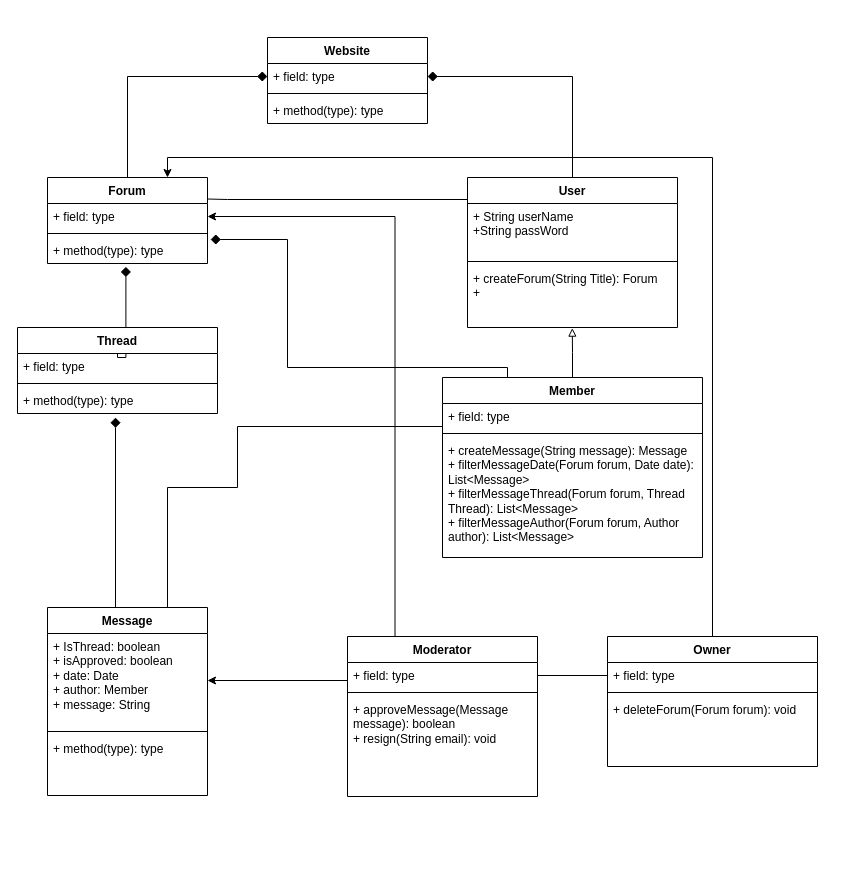
This is UML Forum Assignment.drawio from AlexSWoo/UML, a draw.io file, before an edit. Source tidied: cells renumbered, new cells numbered last; positions are measured from the earlier drawing's top-left corner, leaving out a move shared by most shapes. Both pictures are drawn from the tidied source at 100%, with x=0, y=0 at pixel (17, 37).
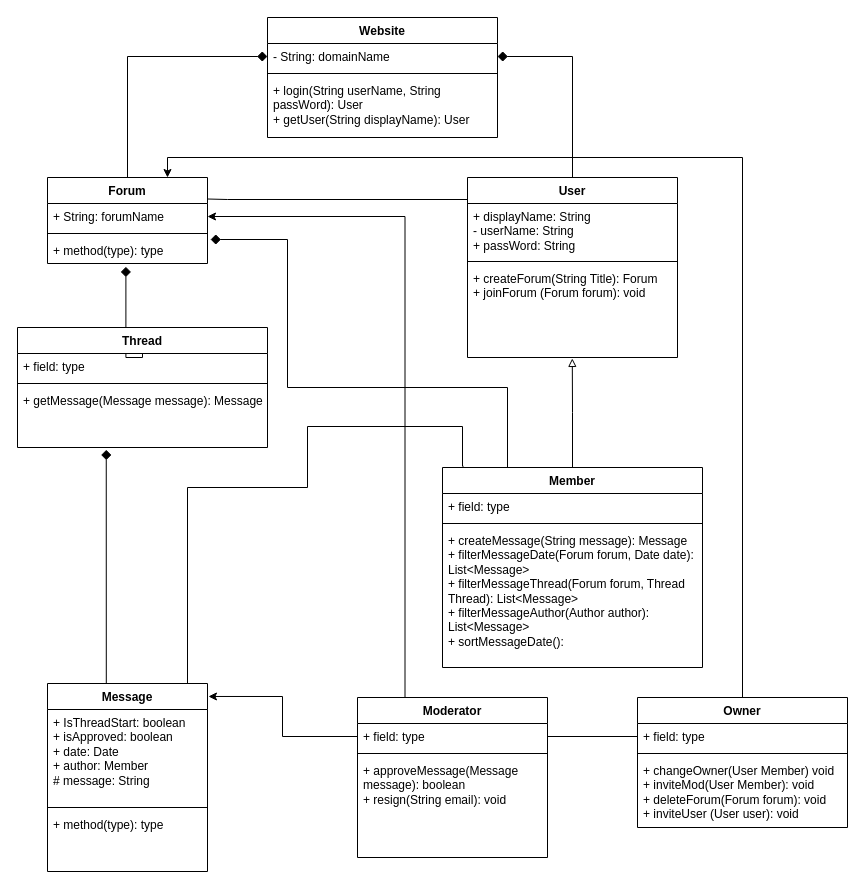
The same page after the edit.

Unchanged cells that the change refers to:
```xml
<mxCell id="14" value="+ field: type" style="text;strokeColor=none;fillColor=none;align=left;verticalAlign=top;spacingLeft=4;spacingRight=4;overflow=hidden;points=[[0,0.5],[1,0.5]];portConstraint=eastwest;whiteSpace=wrap;html=1;" parent="13" vertex="1">
  <mxGeometry y="26" width="260" height="26" as="geometry" />
</mxCell>
<mxCell id="24" value="+ field: type" style="text;strokeColor=none;fillColor=none;align=left;verticalAlign=top;spacingLeft=4;spacingRight=4;overflow=hidden;points=[[0,0.5],[1,0.5]];portConstraint=eastwest;whiteSpace=wrap;html=1;" parent="23" vertex="1">
  <mxGeometry y="26" width="190" height="26" as="geometry" />
</mxCell>
<mxCell id="28" value="Forum" style="swimlane;fontStyle=1;align=center;verticalAlign=top;horizontal=1;startSize=26;whiteSpace=wrap;html=1;" parent="1" vertex="1">
  <mxGeometry x="30" y="140" width="160" height="86" as="geometry" />
</mxCell>
<mxCell id="31" value="+ method(type): type" style="text;strokeColor=none;fillColor=none;align=left;verticalAlign=top;spacingLeft=4;spacingRight=4;overflow=hidden;points=[[0,0.5],[1,0.5]];portConstraint=eastwest;whiteSpace=wrap;html=1;" parent="28" vertex="1">
  <mxGeometry y="60" width="160" height="26" as="geometry" />
</mxCell>
```

What changed in the source:
```diff
@@
     <mxCell id="2" value="Website" style="swimlane;fontStyle=1;align=center;verticalAlign=top;horizontal=1;startSize=26;whiteSpace=wrap;html=1;" parent="1" vertex="1">
-      <mxGeometry x="250" width="160" height="86" as="geometry" />
+      <mxGeometry x="250" y="-20" width="230" height="120" as="geometry" />
     </mxCell>
-    <mxCell id="3" value="+ field: type" style="text;strokeColor=none;fillColor=none;align=left;verticalAlign=top;spacingLeft=4;spacingRight=4;overflow=hidden;points=[[0,0.5],[1,0.5]];portConstraint=eastwest;whiteSpace=wrap;html=1;" parent="2" vertex="1">
-      <mxGeometry y="26" width="160" height="26" as="geometry" />
+    <mxCell id="3" value="- String: domainName" style="text;strokeColor=none;fillColor=none;align=left;verticalAlign=top;spacingLeft=4;spacingRight=4;overflow=hidden;points=[[0,0.5],[1,0.5]];portConstraint=eastwest;whiteSpace=wrap;html=1;" parent="2" vertex="1">
+      <mxGeometry y="26" width="230" height="26" as="geometry" />
     </mxCell>
     <mxCell id="4" style="line;strokeWidth=1;fillColor=none;align=left;verticalAlign=middle;spacingTop=-1;spacingLeft=3;spacingRight=3;labelPosition=right;strokeColor=inherit;" parent="2" vertex="1">
-      <mxGeometry y="52" width="160" height="8" as="geometry" />
+      <mxGeometry y="52" width="230" height="8" as="geometry" />
     </mxCell>
-    <mxCell id="5" value="+ method(type): type" style="text;strokeColor=none;fillColor=none;align=left;verticalAlign=top;spacingLeft=4;spacingRight=4;overflow=hidden;whiteSpace=wrap;html=1;" parent="2" vertex="1">
-      <mxGeometry y="60" width="160" height="26" as="geometry" />
+    <mxCell id="5" value="+ login(String userName, String passWord): User&lt;br&gt;+ getUser(String displayName): User" style="text;strokeColor=none;fillColor=none;align=left;verticalAlign=top;spacingLeft=4;spacingRight=4;overflow=hidden;whiteSpace=wrap;html=1;" parent="2" vertex="1">
+      <mxGeometry y="60" width="230" height="60" as="geometry" />
     </mxCell>
@@
     <mxCell id="8" value="User" style="swimlane;fontStyle=1;align=center;verticalAlign=top;horizontal=1;startSize=26;whiteSpace=wrap;html=1;" parent="1" vertex="1">
-      <mxGeometry x="450" y="140" width="210" height="150" as="geometry" />
+      <mxGeometry x="450" y="140" width="210" height="180" as="geometry" />
     </mxCell>
-    <mxCell id="9" value="+ String userName&lt;br&gt;+String passWord" style="text;strokeColor=none;fillColor=none;align=left;verticalAlign=top;spacingLeft=4;spacingRight=4;overflow=hidden;whiteSpace=wrap;html=1;" parent="8" vertex="1">
+    <mxCell id="9" value="+ displayName: String&lt;br&gt;- userName: String&lt;br&gt;+ passWord: String" style="text;strokeColor=none;fillColor=none;align=left;verticalAlign=top;spacingLeft=4;spacingRight=4;overflow=hidden;whiteSpace=wrap;html=1;" parent="8" vertex="1">
       <mxGeometry y="26" width="210" height="54" as="geometry" />
     </mxCell>
@@
-    <mxCell id="11" value="+ createForum(String Title): Forum&lt;br&gt;+" style="text;strokeColor=none;fillColor=none;align=left;verticalAlign=top;spacingLeft=4;spacingRight=4;overflow=hidden;points=[[0,0.5],[1,0.5]];portConstraint=eastwest;whiteSpace=wrap;html=1;" parent="8" vertex="1">
-      <mxGeometry y="88" width="210" height="62" as="geometry" />
+    <mxCell id="11" value="+ createForum(String Title): Forum&lt;br&gt;+ joinForum (Forum forum): void&lt;br&gt;" style="text;strokeColor=none;fillColor=none;align=left;verticalAlign=top;spacingLeft=4;spacingRight=4;overflow=hidden;points=[[0,0.5],[1,0.5]];portConstraint=eastwest;whiteSpace=wrap;html=1;" parent="8" vertex="1">
+      <mxGeometry y="88" width="210" height="92" as="geometry" />
     </mxCell>
@@
     <mxCell id="13" value="Member&lt;br&gt;" style="swimlane;fontStyle=1;align=center;verticalAlign=top;horizontal=1;startSize=26;whiteSpace=wrap;html=1;" parent="1" vertex="1">
-      <mxGeometry x="425" y="340" width="260" height="180" as="geometry" />
+      <mxGeometry x="425" y="430" width="260" height="200" as="geometry" />
     </mxCell>
@@
-    <mxCell id="16" value="+ createMessage(String message): Message&lt;br&gt;+ filterMessageDate(Forum forum, Date date): List&amp;lt;Message&amp;gt;&amp;nbsp;&lt;br&gt;+ filterMessageThread(Forum forum, Thread Thread): List&amp;lt;Message&amp;gt;&lt;br&gt;+ filterMessageAuthor(Forum forum, Author author): List&amp;lt;Message&amp;gt;&lt;br&gt;" style="text;strokeColor=none;fillColor=none;align=left;verticalAlign=top;spacingLeft=4;spacingRight=4;overflow=hidden;whiteSpace=wrap;html=1;" parent="13" vertex="1">
-      <mxGeometry y="60" width="260" height="120" as="geometry" />
+    <mxCell id="16" value="+ createMessage(String message): Message&lt;br&gt;+ filterMessageDate(Forum forum, Date date): List&amp;lt;Message&amp;gt;&amp;nbsp;&lt;br&gt;+ filterMessageThread(Forum forum, Thread Thread): List&amp;lt;Message&amp;gt;&lt;br&gt;+ filterMessageAuthor(Author author): List&amp;lt;Message&amp;gt;&lt;br&gt;+ sortMessageDate():" style="text;strokeColor=none;fillColor=none;align=left;verticalAlign=top;spacingLeft=4;spacingRight=4;overflow=hidden;whiteSpace=wrap;html=1;" parent="13" vertex="1">
+      <mxGeometry y="60" width="260" height="140" as="geometry" />
     </mxCell>
@@
     <mxCell id="18" value="Owner" style="swimlane;fontStyle=1;align=center;verticalAlign=top;horizontal=1;startSize=26;whiteSpace=wrap;html=1;" parent="1" vertex="1">
-      <mxGeometry x="590" y="599" width="210" height="130" as="geometry" />
+      <mxGeometry x="620" y="660" width="210" height="130" as="geometry" />
     </mxCell>
@@
-    <mxCell id="21" value="+ deleteForum(Forum forum): void&lt;br&gt;" style="text;strokeColor=none;fillColor=none;align=left;verticalAlign=top;spacingLeft=4;spacingRight=4;overflow=hidden;whiteSpace=wrap;html=1;" parent="18" vertex="1">
+    <mxCell id="21" value="+ changeOwner(User Member) void&lt;br&gt;+ inviteMod(User Member): void&lt;br&gt;+ deleteForum(Forum forum): void&lt;br&gt;+ inviteUser (User user): void" style="text;strokeColor=none;fillColor=none;align=left;verticalAlign=top;spacingLeft=4;spacingRight=4;overflow=hidden;whiteSpace=wrap;html=1;" parent="18" vertex="1">
       <mxGeometry y="60" width="210" height="70" as="geometry" />
     </mxCell>
@@
     <mxCell id="23" value="Moderator" style="swimlane;fontStyle=1;align=center;verticalAlign=top;horizontal=1;startSize=26;whiteSpace=wrap;html=1;" parent="1" vertex="1">
-      <mxGeometry x="330" y="599" width="190" height="160" as="geometry" />
+      <mxGeometry x="340" y="660" width="190" height="160" as="geometry" />
     </mxCell>
@@
-    <mxCell id="29" value="+ field: type" style="text;strokeColor=none;fillColor=none;align=left;verticalAlign=top;spacingLeft=4;spacingRight=4;overflow=hidden;points=[[0,0.5],[1,0.5]];portConstraint=eastwest;whiteSpace=wrap;html=1;" parent="28" vertex="1">
+    <mxCell id="29" value="+ String: forumName" style="text;strokeColor=none;fillColor=none;align=left;verticalAlign=top;spacingLeft=4;spacingRight=4;overflow=hidden;points=[[0,0.5],[1,0.5]];portConstraint=eastwest;whiteSpace=wrap;html=1;" parent="28" vertex="1">
       <mxGeometry y="26" width="160" height="26" as="geometry" />
     </mxCell>
@@
     <mxCell id="32" value="Message" style="swimlane;fontStyle=1;align=center;verticalAlign=top;horizontal=1;startSize=26;whiteSpace=wrap;html=1;" parent="1" vertex="1">
-      <mxGeometry x="30" y="570" width="160" height="188" as="geometry" />
+      <mxGeometry x="30" y="646" width="160" height="188" as="geometry" />
     </mxCell>
-    <mxCell id="33" value="+ IsThread: boolean&lt;br&gt;+ isApproved: boolean&lt;br&gt;+ date: Date&lt;br&gt;+ author: Member&lt;br&gt;+ message: String" style="text;strokeColor=none;fillColor=none;align=left;verticalAlign=top;spacingLeft=4;spacingRight=4;overflow=hidden;points=[[0,0.5],[1,0.5]];portConstraint=eastwest;whiteSpace=wrap;html=1;" parent="32" vertex="1">
+    <mxCell id="33" value="+ IsThreadStart: boolean&lt;br&gt;+ isApproved: boolean&lt;br&gt;+ date: Date&lt;br&gt;+ author: Member&lt;br&gt;# message: String" style="text;strokeColor=none;fillColor=none;align=left;verticalAlign=top;spacingLeft=4;spacingRight=4;overflow=hidden;points=[[0,0.5],[1,0.5]];portConstraint=eastwest;whiteSpace=wrap;html=1;" parent="32" vertex="1">
       <mxGeometry y="26" width="160" height="94" as="geometry" />
     </mxCell>
@@
     <mxCell id="37" style="edgeStyle=orthogonalEdgeStyle;rounded=0;jettySize=auto;html=1;exitX=0.25;exitY=0;exitDx=0;exitDy=0;entryX=1.019;entryY=0.077;entryDx=0;entryDy=0;entryPerimeter=0;endArrow=diamond;endFill=1;endSize=8;" parent="1" edge="1" source="13" target="31">
       <mxGeometry relative="1" as="geometry">
         <Array as="points">
-          <mxPoint x="490" y="330" />
-          <mxPoint x="270" y="330" />
+          <mxPoint x="490" y="350" />
+          <mxPoint x="270" y="350" />
           <mxPoint x="270" y="202" />
         </Array>
       </mxGeometry>
     </mxCell>
@@
-    <mxCell id="39" style="edgeStyle=orthogonalEdgeStyle;rounded=0;jettySize=auto;html=1;exitX=0.5;exitY=0;exitDx=0;exitDy=0;endArrow=diamond;endFill=1;endSize=8;" parent="1" edge="1" source="32">
-      <mxGeometry relative="1" as="geometry">
-        <mxPoint x="98" y="380" as="targetPoint" />
-        <Array as="points">
-          <mxPoint x="98" y="570" />
-        </Array>
-      </mxGeometry>
-    </mxCell>
     <mxCell id="40" value="Thread" style="swimlane;fontStyle=1;align=center;verticalAlign=top;horizontal=1;startSize=26;whiteSpace=wrap;html=1;" parent="1" vertex="1">
-      <mxGeometry y="290" width="200" height="86" as="geometry" />
+      <mxGeometry y="290" width="250" height="120" as="geometry" />
     </mxCell>
     <mxCell id="41" value="+ field: type" style="text;strokeColor=none;fillColor=none;align=left;verticalAlign=top;spacingLeft=4;spacingRight=4;overflow=hidden;whiteSpace=wrap;html=1;" parent="40" vertex="1">
-      <mxGeometry y="26" width="200" height="26" as="geometry" />
+      <mxGeometry y="26" width="250" height="26" as="geometry" />
     </mxCell>
     <mxCell id="42" style="line;strokeWidth=1;fillColor=none;align=left;verticalAlign=middle;spacingTop=-1;spacingLeft=3;spacingRight=3;labelPosition=right;strokeColor=inherit;" parent="40" vertex="1">
-      <mxGeometry y="52" width="200" height="8" as="geometry" />
+      <mxGeometry y="52" width="250" height="8" as="geometry" />
     </mxCell>
-    <mxCell id="43" value="+ method(type): type" style="text;strokeColor=none;fillColor=none;align=left;verticalAlign=top;spacingLeft=4;spacingRight=4;overflow=hidden;points=[[0,0.5],[1,0.5]];portConstraint=eastwest;whiteSpace=wrap;html=1;" parent="40" vertex="1">
-      <mxGeometry y="60" width="200" height="26" as="geometry" />
+    <mxCell id="43" value="+ getMessage(Message message): Message" style="text;strokeColor=none;fillColor=none;align=left;verticalAlign=top;spacingLeft=4;spacingRight=4;overflow=hidden;points=[[0,0.5],[1,0.5]];portConstraint=eastwest;whiteSpace=wrap;html=1;" parent="40" vertex="1">
+      <mxGeometry y="60" width="250" height="60" as="geometry" />
     </mxCell>
-    <mxCell id="44" style="edgeStyle=orthogonalEdgeStyle;rounded=0;jettySize=auto;html=1;exitX=0;exitY=0.5;exitDx=0;exitDy=0;entryX=0.75;entryY=0;entryDx=0;entryDy=0;endArrow=none;endFill=0;" parent="1" edge="1" source="14" target="32">
+    <mxCell id="44" style="edgeStyle=orthogonalEdgeStyle;rounded=0;jettySize=auto;html=1;exitX=0.081;exitY=-0.006;exitDx=0;exitDy=0;entryX=0.75;entryY=0;entryDx=0;entryDy=0;endArrow=none;endFill=0;exitPerimeter=0;" parent="1" edge="1" source="13">
       <mxGeometry relative="1" as="geometry">
+        <mxPoint x="170" y="646" as="targetPoint" />
         <Array as="points">
-          <mxPoint x="220" y="389" />
-          <mxPoint x="220" y="450" />
-          <mxPoint x="150" y="450" />
+          <mxPoint x="445" y="429" />
+          <mxPoint x="445" y="389" />
+          <mxPoint x="290" y="389" />
+          <mxPoint x="290" y="450" />
+          <mxPoint x="170" y="450" />
         </Array>
       </mxGeometry>
     </mxCell>
-    <mxCell id="45" style="edgeStyle=orthogonalEdgeStyle;rounded=0;jettySize=auto;html=1;exitX=0;exitY=0.5;exitDx=0;exitDy=0;entryX=1;entryY=0.5;entryDx=0;entryDy=0;" parent="1" edge="1" source="24" target="33">
-      <mxGeometry relative="1" as="geometry">
-        <Array as="points">
-          <mxPoint x="330" y="643" />
-        </Array>
-      </mxGeometry>
-    </mxCell>
+    <mxCell id="46" style="edgeStyle=orthogonalEdgeStyle;rounded=0;jettySize=auto;html=1;exitX=0;exitY=0.5;exitDx=0;exitDy=0;entryX=1.006;entryY=0.069;entryDx=0;entryDy=0;entryPerimeter=0;" parent="1" edge="1" source="24" target="32">
+      <mxGeometry relative="1" as="geometry" />
+    </mxCell>
+    <mxCell id="47" style="edgeStyle=orthogonalEdgeStyle;rounded=0;jettySize=auto;html=1;exitX=0.25;exitY=0;exitDx=0;exitDy=0;entryX=0.355;entryY=1.038;entryDx=0;entryDy=0;entryPerimeter=0;endArrow=diamond;endFill=1;endSize=8;" parent="1" edge="1" source="32" target="43">
+      <mxGeometry relative="1" as="geometry">
+        <Array as="points">
+          <mxPoint x="89" y="646" />
+        </Array>
+      </mxGeometry>
+    </mxCell>
```
